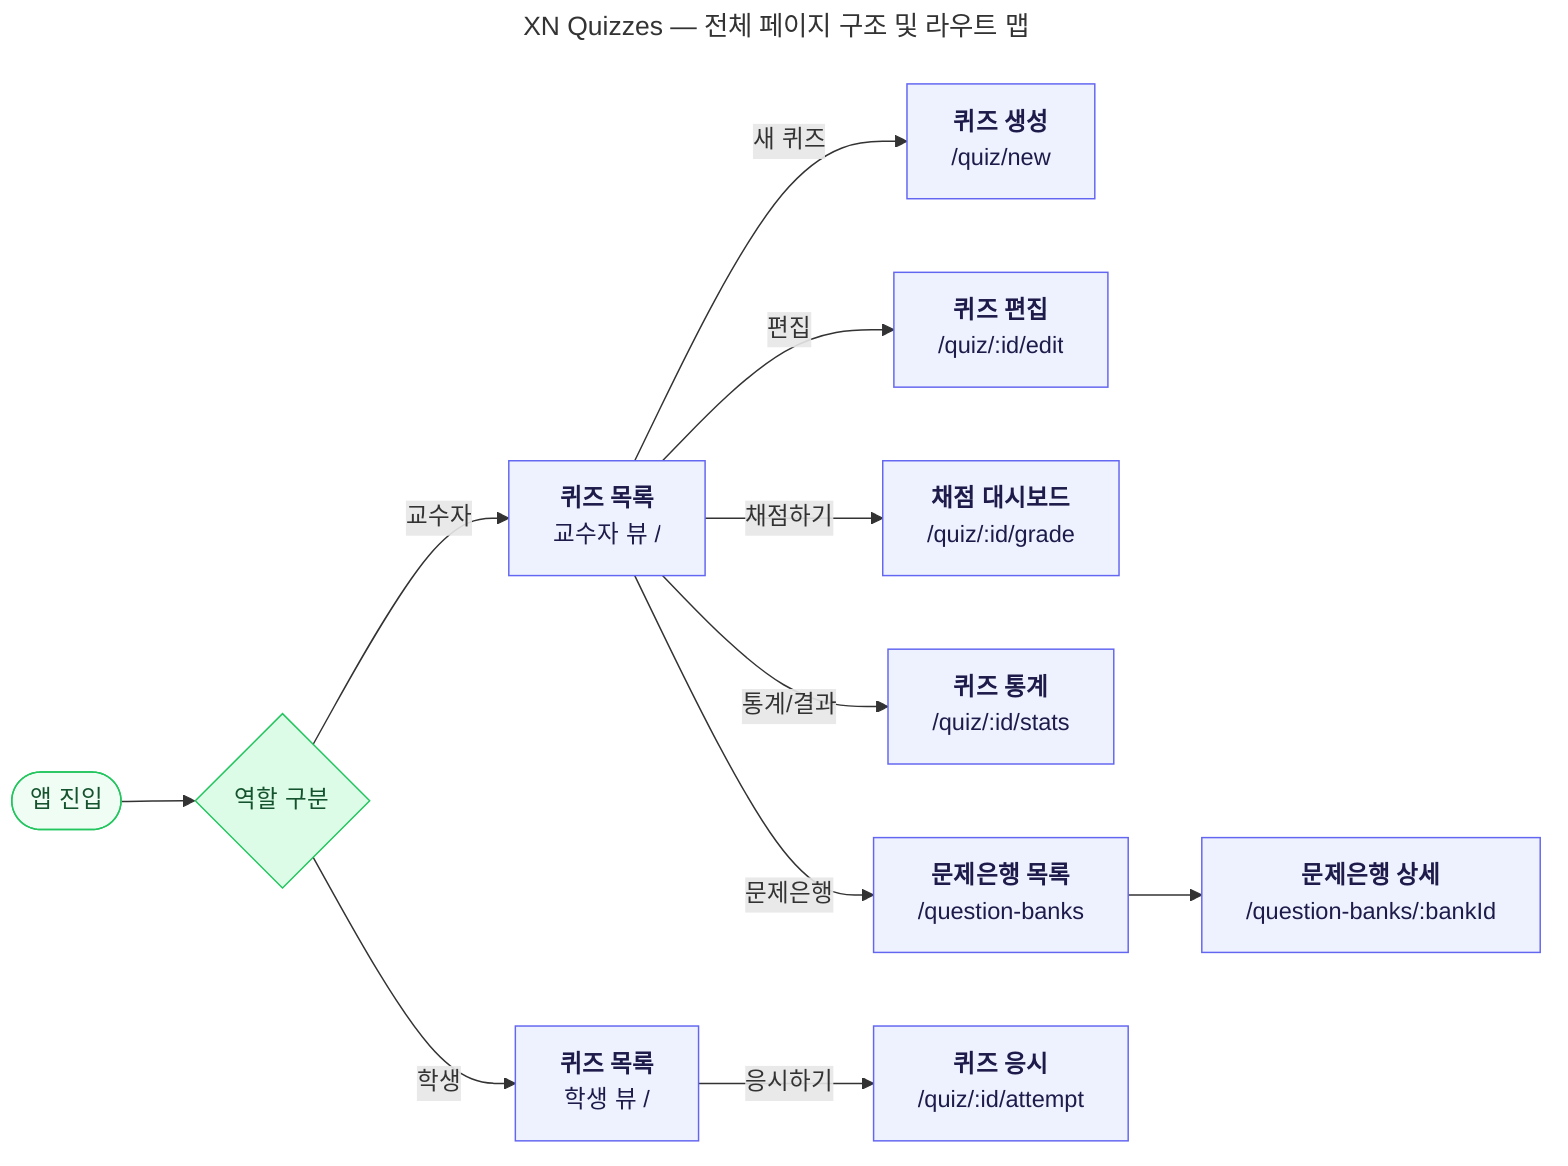
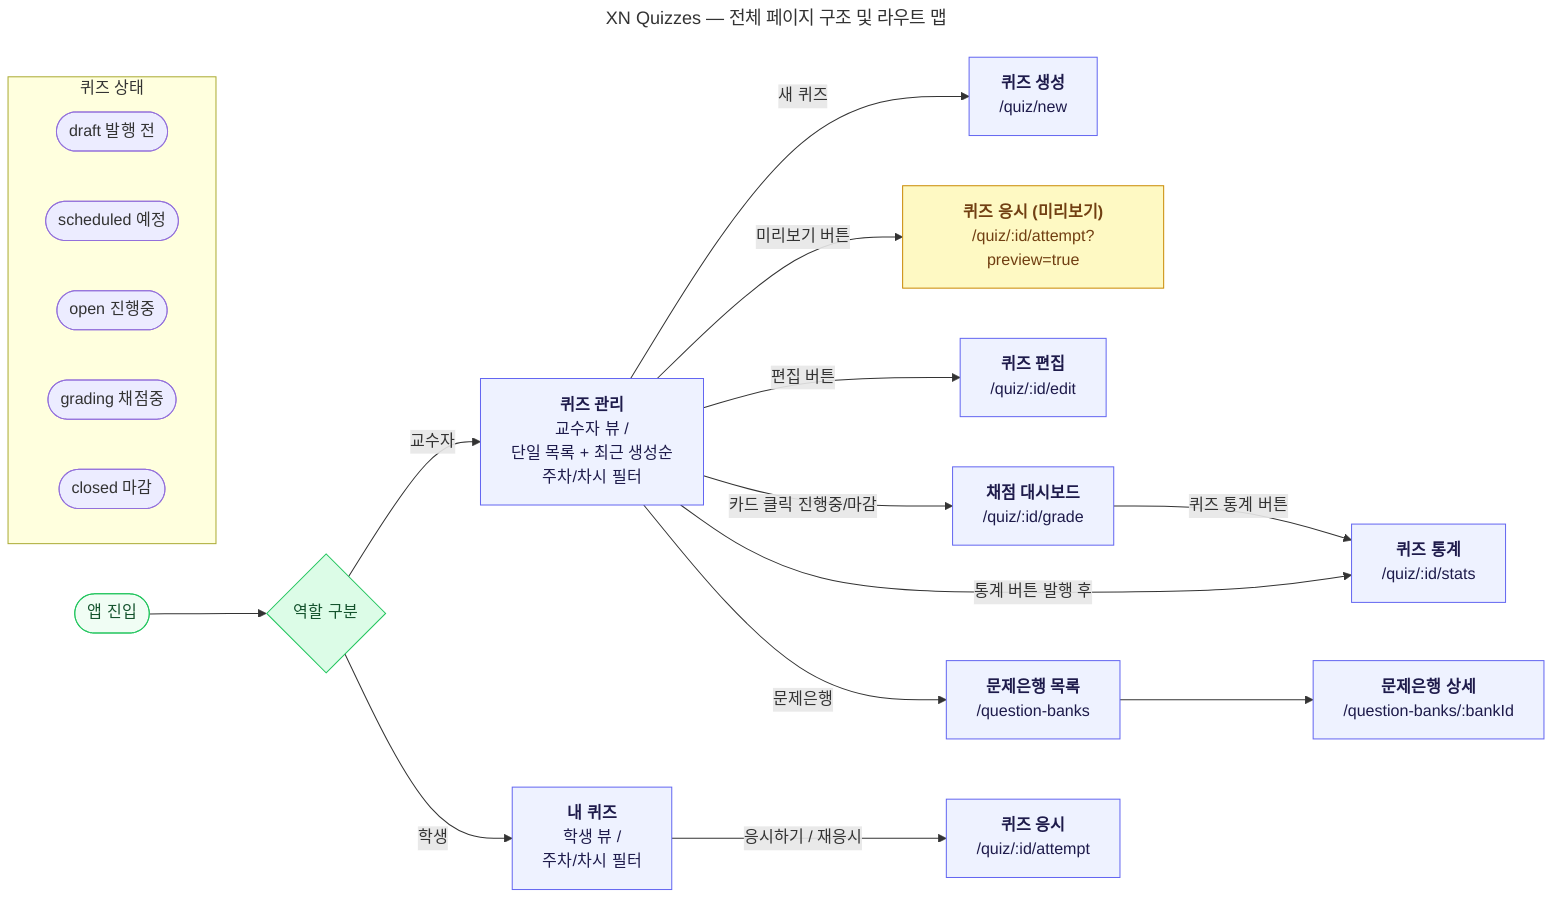
---
title: XN Quizzes — 전체 페이지 구조 및 라우트 맵
---
flowchart LR
    START([앱 진입]) --> ROLE{역할 구분}

    %% 교수자 영역
-     ROLE -->|교수자| QL_I["`**퀴즈 목록**
-     교수자 뷰 /`"]
+     ROLE -->|교수자| QL_I["`**퀴즈 관리**
+     교수자 뷰 /
+     단일 목록 + 최근 생성순
+     주차/차시 필터`"]
+ 
    QL_I -->|새 퀴즈| QC["`**퀴즈 생성**
    /quiz/new`"]
-     QL_I -->|편집| QE["`**퀴즈 편집**
+     QL_I -->|미리보기 버튼| QA_P["`**퀴즈 응시 (미리보기)**
+     /quiz/:id/attempt?preview=true`"]
+     QL_I -->|편집 버튼| QE["`**퀴즈 편집**
    /quiz/:id/edit`"]
-     QL_I -->|채점하기| GD["`**채점 대시보드**
+     QL_I -->|카드 클릭 진행중/마감| GD["`**채점 대시보드**
    /quiz/:id/grade`"]
-     QL_I -->|통계/결과| QS["`**퀴즈 통계**
+     QL_I -->|통계 버튼 발행 후| QS["`**퀴즈 통계**
    /quiz/:id/stats`"]
    QL_I -->|문제은행| QBL["`**문제은행 목록**
    /question-banks`"]
    QBL --> QB["`**문제은행 상세**
    /question-banks/:bankId`"]

+     GD -->|퀴즈 통계 버튼| QS
+ 
    %% 학생 영역 — 교수자 영역과 완전히 분리
-     ROLE -->|학생| QL_S["`**퀴즈 목록**
-     학생 뷰 /`"]
-     QL_S -->|응시하기| QA["`**퀴즈 응시**
+     ROLE -->|학생| QL_S["`**내 퀴즈**
+     학생 뷰 /
+     주차/차시 필터`"]
+     QL_S -->|응시하기 / 재응시| QA["`**퀴즈 응시**
    /quiz/:id/attempt`"]
+ 
+     %% 퀴즈 상태 범례
+     subgraph STATUS ["퀴즈 상태"]
+         direction LR
+         ST1([draft 발행 전])
+         ST2([scheduled 예정])
+         ST3([open 진행중])
+         ST4([grading 채점중])
+         ST5([closed 마감])
+     end

    %% 스타일
    style QL_I fill:#EEF2FF,stroke:#6366F1,color:#1e1b4b
    style QC   fill:#EEF2FF,stroke:#6366F1,color:#1e1b4b
    style QE   fill:#EEF2FF,stroke:#6366F1,color:#1e1b4b
    style GD   fill:#EEF2FF,stroke:#6366F1,color:#1e1b4b
    style QS   fill:#EEF2FF,stroke:#6366F1,color:#1e1b4b
    style QBL  fill:#EEF2FF,stroke:#6366F1,color:#1e1b4b
    style QB   fill:#EEF2FF,stroke:#6366F1,color:#1e1b4b
    style QL_S fill:#EEF2FF,stroke:#6366F1,color:#1e1b4b
    style QA   fill:#EEF2FF,stroke:#6366F1,color:#1e1b4b
+     style QA_P fill:#FEF9C3,stroke:#CA8A04,color:#713f12

    style START fill:#F0FDF4,stroke:#22C55E,color:#14532d
    style ROLE  fill:#DCFCE7,stroke:#22C55E,color:#14532d
